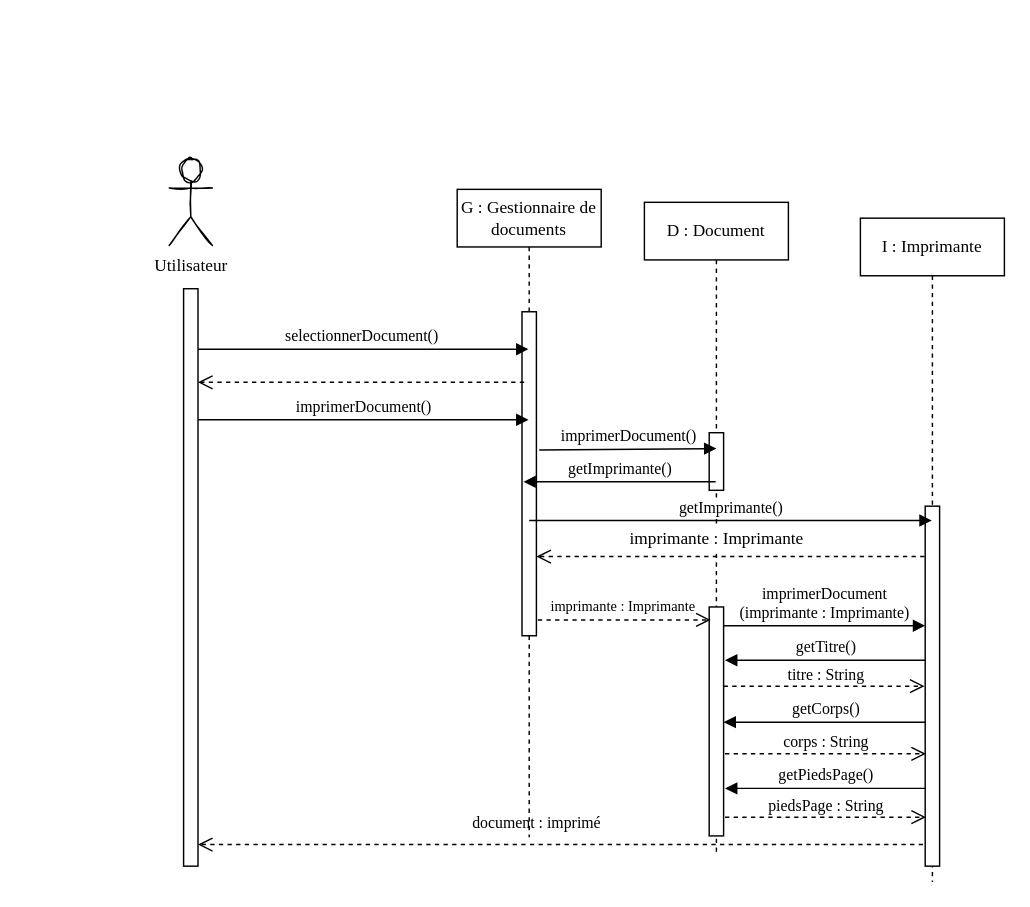
Earlier version of the draw.io diagram page "Exo4" (5 of 11) of DM3.drawio (adambdj/uml). Source tidied: cells renumbered, new cells numbered last; positions are measured from the earlier drawing's top-left corner, leaving out a move shared by most shapes. Both pictures are drawn from the tidied source at 144%, with x=0, y=0 at pixel (168, 158).
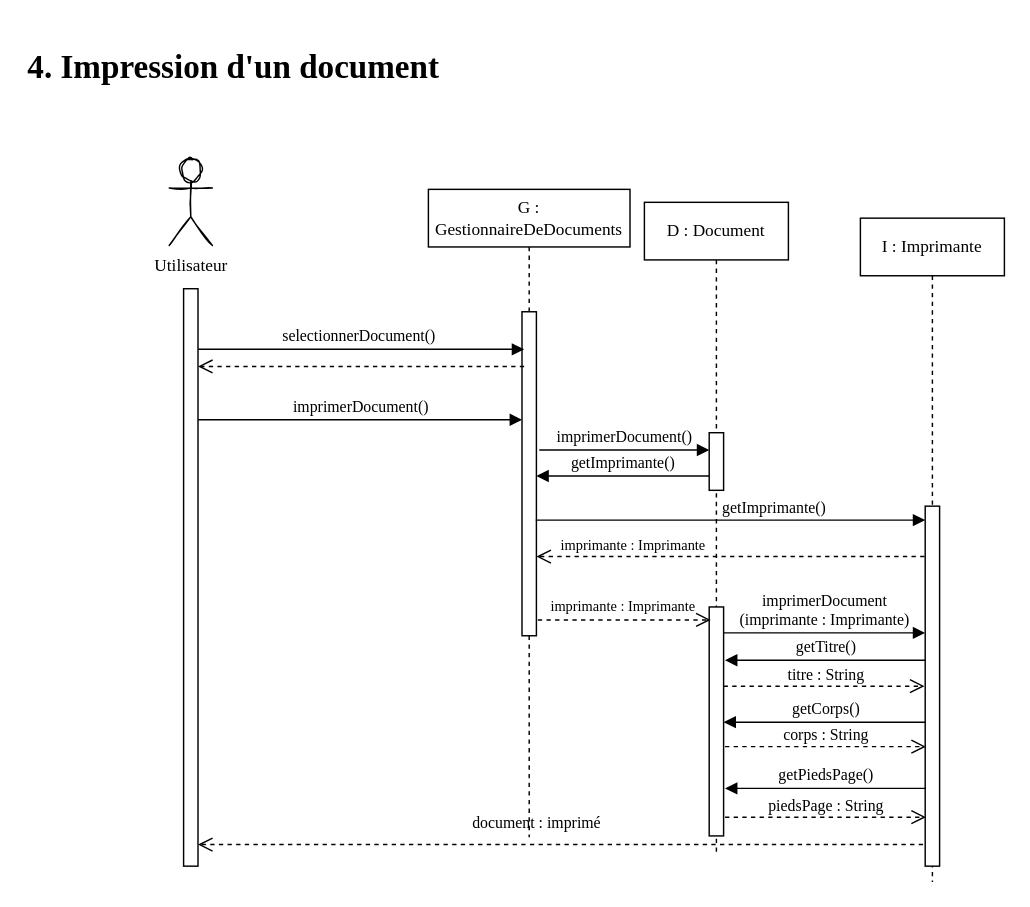
After the change.

The change refers to these unchanged cells:
```xml
<mxCell id="9" style="html=1;points=[];perimeter=orthogonalPerimeter;fontFamily=Garamond;" parent="8" vertex="1">
  <mxGeometry x="45" y="160" width="10" height="40" as="geometry" />
</mxCell>
<mxCell id="11" value="I : Imprimante" style="shape=umlLifeline;perimeter=lifelinePerimeter;whiteSpace=wrap;html=1;outlineConnect=0;fontFamily=Garamond;" parent="1" vertex="1">
  <mxGeometry x="480" y="41" width="100" height="461" as="geometry" />
</mxCell>
<mxCell id="12" style="html=1;points=[];perimeter=orthogonalPerimeter;fontFamily=Garamond;" parent="11" vertex="1">
  <mxGeometry x="45" y="200" width="10" height="250" as="geometry" />
</mxCell>
```

The edit, as a diff of the source:
```diff
@@
+    <mxCell id="4" value="G : GestionnaireDeDocuments" style="shape=umlLifeline;perimeter=lifelinePerimeter;whiteSpace=wrap;html=1;fontFamily=Garamond;" parent="1" vertex="1">
+      <mxGeometry x="180" y="21" width="140" height="450" as="geometry" />
+    </mxCell>
+    <mxCell id="5" style="html=1;points=[];perimeter=orthogonalPerimeter;fontFamily=Garamond;" parent="4" vertex="1">
+      <mxGeometry x="65" y="85" width="10" height="225" as="geometry" />
+    </mxCell>
@@
-    <mxCell id="4" value="G : Gestionnaire de documents" style="shape=umlLifeline;perimeter=lifelinePerimeter;whiteSpace=wrap;html=1;fontFamily=Garamond;" parent="1" vertex="1">
-      <mxGeometry x="200" y="21" width="100" height="450" as="geometry" />
-    </mxCell>
-    <mxCell id="5" style="html=1;points=[];perimeter=orthogonalPerimeter;fontFamily=Garamond;" parent="4" vertex="1">
-      <mxGeometry x="45" y="85" width="10" height="225" as="geometry" />
-    </mxCell>
-    <mxCell id="6" value="selectionnerDocument()&amp;nbsp;" style="html=1;verticalAlign=bottom;endArrow=block;exitX=1;exitY=0.136;exitDx=0;exitDy=0;exitPerimeter=0;fontFamily=Garamond;" parent="1" edge="1">
+    <mxCell id="6" value="selectionnerDocument()&amp;nbsp;" style="html=1;verticalAlign=bottom;endArrow=block;exitX=1;exitY=0.136;exitDx=0;exitDy=0;exitPerimeter=0;fontFamily=Garamond;entryX=0.148;entryY=0.116;entryDx=0;entryDy=0;entryPerimeter=0;" parent="1" edge="1" target="5">
       <mxGeometry relative="1" as="geometry">
         <mxPoint x="20" y="132" as="sourcePoint" />
-        <mxPoint x="249.5" y="132" as="targetPoint" />
       </mxGeometry>
     </mxCell>
@@
-    <mxCell id="13" value="imprimerDocument()" style="html=1;verticalAlign=bottom;endArrow=block;fontFamily=Garamond;" parent="1" edge="1">
+    <mxCell id="13" value="imprimerDocument()" style="html=1;verticalAlign=bottom;endArrow=block;fontFamily=Garamond;" parent="1" edge="1" target="9">
       <mxGeometry relative="1" as="geometry">
         <mxPoint x="257" y="202" as="sourcePoint" />
-        <mxPoint x="380" y="201" as="targetPoint" />
       </mxGeometry>
     </mxCell>
     <mxCell id="14" style="html=1;verticalAlign=bottom;endArrow=open;dashed=1;endSize=8;entryX=1.3;entryY=0.886;entryDx=0;entryDy=0;entryPerimeter=0;fontFamily=Garamond;" parent="1" edge="1">
       <mxGeometry relative="1" as="geometry">
-        <mxPoint x="246.5" y="155" as="sourcePoint" />
-        <mxPoint x="20" y="155" as="targetPoint" />
+        <mxPoint x="246.5" y="144" as="sourcePoint" />
+        <mxPoint x="20" y="144" as="targetPoint" />
       </mxGeometry>
     </mxCell>
-    <mxCell id="15" value="imprimerDocument()" style="html=1;verticalAlign=bottom;endArrow=block;fontFamily=Garamond;" parent="1" edge="1">
+    <mxCell id="15" value="imprimerDocument()" style="html=1;verticalAlign=bottom;endArrow=block;fontFamily=Garamond;" parent="1" edge="1" target="5">
       <mxGeometry relative="1" as="geometry">
         <mxPoint x="20" y="181" as="sourcePoint" />
-        <mxPoint x="249.5" y="181" as="targetPoint" />
       </mxGeometry>
     </mxCell>
-    <mxCell id="16" value="getImprimante()" style="html=1;verticalAlign=bottom;endArrow=block;entryX=0.1;entryY=0.339;entryDx=0;entryDy=0;entryPerimeter=0;fontFamily=Garamond;" parent="1" edge="1">
+    <mxCell id="16" value="getImprimante()" style="html=1;verticalAlign=bottom;endArrow=block;fontFamily=Garamond;" parent="1" edge="1">
       <mxGeometry relative="1" as="geometry">
-        <mxPoint x="379.5" y="224.1" as="sourcePoint" />
-        <mxPoint x="246" y="224.1" as="targetPoint" />
+        <mxPoint x="375" y="220" as="sourcePoint" />
+        <mxPoint x="255" y="220" as="targetPoint" />
       </mxGeometry>
     </mxCell>
-    <mxCell id="17" value="getImprimante()" style="html=1;verticalAlign=bottom;endArrow=block;fontFamily=Garamond;" parent="1" edge="1" target="11">
-      <mxGeometry relative="1" as="geometry">
-        <mxPoint x="250" y="251" as="sourcePoint" />
-      </mxGeometry>
+    <mxCell id="17" value="getImprimante()" style="html=1;verticalAlign=bottom;endArrow=block;fontFamily=Garamond;exitX=0.957;exitY=0.643;exitDx=0;exitDy=0;exitPerimeter=0;labelBackgroundColor=none;" parent="1" edge="1" source="5" target="12">
+      <mxGeometry x="0.22" relative="1" as="geometry" />
     </mxCell>
@@
-    <mxCell id="19" value="imprimante : Imprimante" style="text;html=1;align=center;verticalAlign=middle;fillColor=#ffffff;fontFamily=Garamond;" parent="1" vertex="1">
-      <mxGeometry x="310" y="254" width="140" height="20" as="geometry" />
+    <mxCell id="19" value="&lt;font style=&quot;font-size: 10px&quot;&gt;imprimante : Imprimante&lt;/font&gt;" style="text;html=1;align=center;verticalAlign=middle;fontFamily=Garamond;" parent="1" vertex="1">
+      <mxGeometry x="267" y="258" width="110" height="20" as="geometry" />
     </mxCell>
@@
     <mxCell id="22" value="imprimerDocument&lt;br&gt;(imprimante : Imprimante)" style="html=1;verticalAlign=bottom;endArrow=block;labelBackgroundColor=none;fontFamily=Garamond;" parent="1" edge="1">
       <mxGeometry relative="1" as="geometry">
-        <mxPoint x="385" y="324" as="sourcePoint" />
-        <mxPoint x="525" y="324" as="targetPoint" />
+        <mxPoint x="385" y="329" as="sourcePoint" />
+        <mxPoint x="525" y="329" as="targetPoint" />
       </mxGeometry>
     </mxCell>
@@
     <mxCell id="28" style="html=1;verticalAlign=bottom;endArrow=open;dashed=1;endSize=8;fontFamily=Garamond;" parent="1" edge="1">
       <mxGeometry relative="1" as="geometry">
-        <mxPoint x="386" y="413" as="sourcePoint" />
-        <mxPoint x="525.5" y="413" as="targetPoint" />
+        <mxPoint x="386" y="408" as="sourcePoint" />
+        <mxPoint x="525.5" y="408" as="targetPoint" />
       </mxGeometry>
     </mxCell>
     <mxCell id="29" value="corps : String" style="text;html=1;align=center;verticalAlign=middle;fontSize=11;fontFamily=Garamond;" parent="1" vertex="1">
-      <mxGeometry x="421" y="395" width="70" height="20" as="geometry" />
+      <mxGeometry x="421" y="390" width="70" height="20" as="geometry" />
     </mxCell>
@@
+    <mxCell id="33" value="&lt;h1 style=&quot;font-size: 23px&quot;&gt;4. Impression d'un document&lt;br&gt;&lt;/h1&gt;" style="text;html=1;align=left;verticalAlign=middle;fontSize=10;fontFamily=Garamond;" parent="1" vertex="1">
+      <mxGeometry x="-100" y="-89" width="300" height="50" as="geometry" />
+    </mxCell>
```
